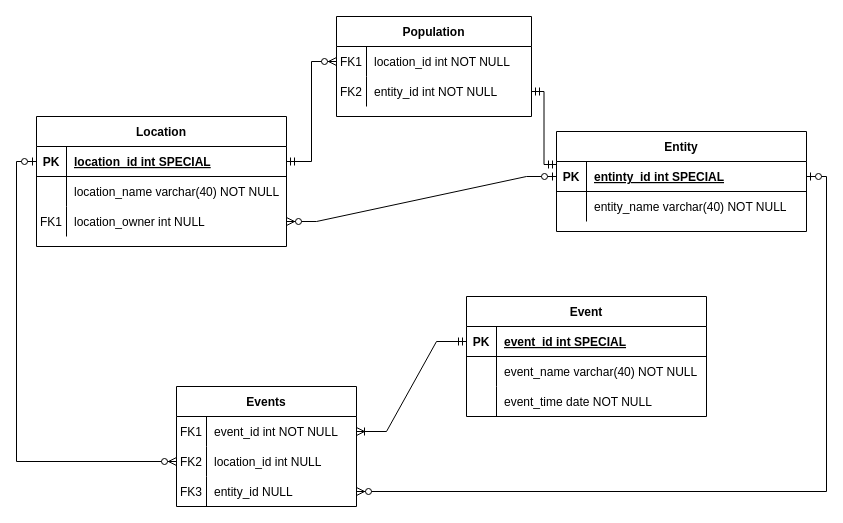
The draw.io diagram datalogical_model.drawio in Zerumi/bd1_180223_367837, before the edit. Source tidied: cells renumbered, new cells numbered last; positions are measured from the earlier drawing's top-left corner, leaving out a move shared by most shapes. Both pictures are drawn from the tidied source at 100%, with x=0, y=0 at pixel (16, 16).
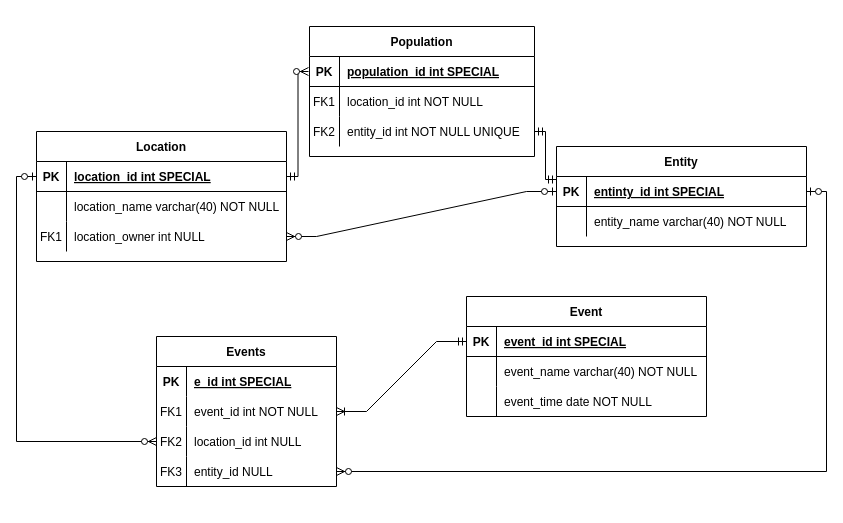
Above is the later version.

Commit message:
datalogical_model_finished

The change refers to these unchanged cells:
```xml
<mxCell id="3" style="shape=partialRectangle;fillColor=none;points=[[0,0.5],[1,0.5]];portConstraint=eastwest;top=0;left=0;right=0;bottom=1;" parent="2" vertex="1">
  <mxGeometry y="30" width="250" height="30" as="geometry" />
</mxCell>
<mxCell id="17" style="shape=partialRectangle;fillColor=none;points=[[0,0.5],[1,0.5]];portConstraint=eastwest;top=0;left=0;right=0;bottom=1;" parent="16" vertex="1">
  <mxGeometry y="30" width="250" height="30" as="geometry" />
</mxCell>
```

What changed in the source:
```diff
@@
     <mxCell id="2" value="Entity" style="shape=table;startSize=30;childLayout=tableLayout;rowLines=0;fontStyle=1;align=center;" parent="1" vertex="1">
-      <mxGeometry x="540" y="115" width="250" height="100" as="geometry" />
+      <mxGeometry x="540" y="130" width="250" height="100" as="geometry" />
     </mxCell>
@@
     <mxCell id="9" value="Population" style="shape=table;startSize=30;childLayout=tableLayout;rowLines=0;fontStyle=1;align=center;" parent="1" vertex="1">
-      <mxGeometry x="320" width="195" height="100" as="geometry" />
+      <mxGeometry x="293" y="10" width="225" height="130" as="geometry" />
     </mxCell>
-    <mxCell id="10" style="shape=partialRectangle;fillColor=none;points=[[0,0.5],[1,0.5]];portConstraint=eastwest;top=0;left=0;right=0;bottom=0;" parent="9" vertex="1">
-      <mxGeometry y="30" width="195" height="30" as="geometry" />
+    <mxCell id="10" style="shape=partialRectangle;points=[[0,0.5],[1,0.5]];portConstraint=eastwest;top=0;left=0;right=0;bottom=1;fillColor=none;perimeterSpacing=1;" parent="9" vertex="1">
+      <mxGeometry y="30" width="225" height="30" as="geometry" />
     </mxCell>
-    <mxCell id="11" value="FK1" style="shape=partialRectangle;overflow=hidden;fillColor=none;top=0;left=0;bottom=0;right=0;" parent="10" vertex="1">
+    <mxCell id="11" value="PK" style="shape=partialRectangle;overflow=hidden;fillColor=none;top=0;left=0;bottom=0;right=0;perimeterSpacing=1;fontStyle=1;" parent="10" vertex="1">
       <mxGeometry width="30" height="30" as="geometry" />
     </mxCell>
-    <mxCell id="12" value="location_id int NOT NULL" style="shape=partialRectangle;overflow=hidden;fillColor=none;top=0;left=0;bottom=0;right=0;align=left;spacingLeft=6;" parent="10" vertex="1">
-      <mxGeometry x="30" width="165" height="30" as="geometry" />
+    <mxCell id="12" value="population_id int SPECIAL" style="shape=partialRectangle;overflow=hidden;fillColor=none;top=0;left=0;bottom=0;right=0;align=left;spacingLeft=6;perimeterSpacing=1;fontStyle=5;" parent="10" vertex="1">
+      <mxGeometry x="30" width="195" height="30" as="geometry" />
     </mxCell>
+    <mxCell id="52" style="shape=partialRectangle;fillColor=none;top=0;left=0;right=0;bottom=0;" parent="9" vertex="1">
+      <mxGeometry y="60" width="225" height="30" as="geometry" />
+    </mxCell>
+    <mxCell id="53" value="FK1" style="shape=partialRectangle;overflow=hidden;fillColor=none;top=0;left=0;bottom=0;right=0;" parent="52" vertex="1">
+      <mxGeometry width="30" height="30" as="geometry" />
+    </mxCell>
+    <mxCell id="54" value="location_id int NOT NULL" style="shape=partialRectangle;overflow=hidden;fillColor=none;top=0;left=0;bottom=0;right=0;align=left;spacingLeft=6;" parent="52" vertex="1">
+      <mxGeometry x="30" width="195" height="30" as="geometry" />
+    </mxCell>
     <mxCell id="13" style="shape=partialRectangle;fillColor=none;points=[[0,0.5],[1,0.5]];portConstraint=eastwest;top=0;left=0;right=0;bottom=0;" parent="9" vertex="1">
-      <mxGeometry y="60" width="195" height="30" as="geometry" />
+      <mxGeometry y="90" width="225" height="30" as="geometry" />
     </mxCell>
@@
-    <mxCell id="15" value="entity_id int NOT NULL" style="shape=partialRectangle;overflow=hidden;fillColor=none;top=0;left=0;bottom=0;right=0;align=left;spacingLeft=6;" parent="13" vertex="1">
-      <mxGeometry x="30" width="165" height="30" as="geometry" />
+    <mxCell id="15" value="entity_id int NOT NULL UNIQUE" style="shape=partialRectangle;overflow=hidden;fillColor=none;top=0;left=0;bottom=0;right=0;align=left;spacingLeft=6;" parent="13" vertex="1">
+      <mxGeometry x="30" width="195" height="30" as="geometry" />
     </mxCell>
     <mxCell id="16" value="Location" style="shape=table;startSize=30;childLayout=tableLayout;rowLines=0;fontStyle=1;align=center;" parent="1" vertex="1">
-      <mxGeometry x="20" y="100" width="250" height="130" as="geometry" />
+      <mxGeometry x="20" y="115" width="250" height="130" as="geometry" />
     </mxCell>
@@
     <mxCell id="26" value="Events" style="shape=table;startSize=30;childLayout=tableLayout;rowLines=0;fontStyle=1;align=center;" parent="1" vertex="1">
-      <mxGeometry x="160" y="370" width="180" height="120" as="geometry" />
+      <mxGeometry x="140" y="320" width="180" height="150" as="geometry" />
     </mxCell>
+    <mxCell id="55" style="shape=tableRow;horizontal=0;startSize=0;swimlaneHead=0;swimlaneBody=0;fillColor=none;top=0;left=0;right=0;bottom=0;fontStyle=1;" parent="26" vertex="1">
+      <mxGeometry y="30" width="180" height="30" as="geometry" />
+    </mxCell>
+    <mxCell id="56" value="PK" style="shape=partialRectangle;fillColor=none;top=0;left=0;bottom=0;right=0;overflow=hidden;fontStyle=1;" parent="55" vertex="1">
+      <mxGeometry width="30" height="30" as="geometry" />
+    </mxCell>
+    <mxCell id="57" value="e_id int SPECIAL" style="shape=partialRectangle;fillColor=none;top=0;left=0;bottom=0;right=0;align=left;spacingLeft=6;overflow=hidden;fontStyle=5;" parent="55" vertex="1">
+      <mxGeometry x="30" width="150" height="30" as="geometry" />
+    </mxCell>
     <mxCell id="27" style="shape=tableRow;horizontal=0;startSize=0;swimlaneHead=0;swimlaneBody=0;fillColor=none;points=[[0,0.5],[1,0.5]];portConstraint=eastwest;top=0;left=0;right=0;bottom=0;" parent="26" vertex="1">
-      <mxGeometry y="30" width="180" height="30" as="geometry" />
+      <mxGeometry y="60" width="180" height="30" as="geometry" />
     </mxCell>
@@
     <mxCell id="30" style="shape=tableRow;horizontal=0;startSize=0;swimlaneHead=0;swimlaneBody=0;fillColor=none;points=[[0,0.5],[1,0.5]];portConstraint=eastwest;top=0;left=0;right=0;bottom=0;" parent="26" vertex="1">
-      <mxGeometry y="60" width="180" height="30" as="geometry" />
+      <mxGeometry y="90" width="180" height="30" as="geometry" />
     </mxCell>
@@
     <mxCell id="33" style="shape=tableRow;horizontal=0;startSize=0;swimlaneHead=0;swimlaneBody=0;fillColor=none;points=[[0,0.5],[1,0.5]];portConstraint=eastwest;top=0;left=0;right=0;bottom=0;" parent="26" vertex="1">
-      <mxGeometry y="90" width="180" height="30" as="geometry" />
+      <mxGeometry y="120" width="180" height="30" as="geometry" />
     </mxCell>
@@
     <mxCell id="46" style="edgeStyle=orthogonalEdgeStyle;fontSize=12;html=1;endArrow=ERzeroToMany;startArrow=ERzeroToOne;rounded=0;exitX=0;exitY=0.5;exitDx=0;exitDy=0;" parent="1" edge="1" source="17" target="30">
       <mxGeometry relative="1" as="geometry">
         <Array as="points">
-          <mxPoint y="145" />
-          <mxPoint y="445" />
+          <mxPoint y="160" />
+          <mxPoint y="425" />
         </Array>
       </mxGeometry>
     </mxCell>
     <mxCell id="47" style="edgeStyle=orthogonalEdgeStyle;fontSize=12;html=1;endArrow=ERzeroToMany;startArrow=ERzeroToOne;rounded=0;exitX=1;exitY=0.5;exitDx=0;exitDy=0;" parent="1" edge="1" source="3" target="33">
       <mxGeometry relative="1" as="geometry">
         <Array as="points">
-          <mxPoint x="810" y="160" />
-          <mxPoint x="810" y="475" />
+          <mxPoint x="810" y="175" />
+          <mxPoint x="810" y="455" />
         </Array>
       </mxGeometry>
     </mxCell>
```
